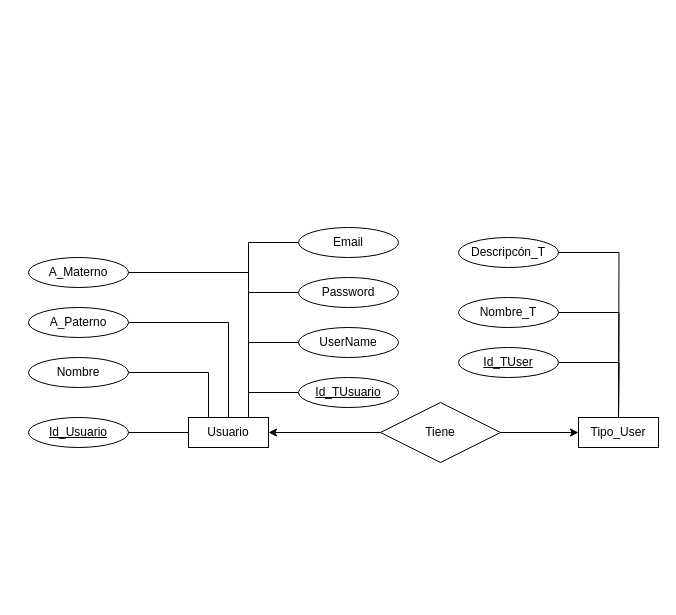
Before: NewProyectoBD.drawio in edpedraza-epl/ProyectoDB, a draw.io diagram. Source tidied: cells renumbered, new cells numbered last; positions are measured from the earlier drawing's top-left corner, leaving out a move shared by most shapes. Both pictures are drawn from the tidied source at 100%, with x=0, y=0 at pixel (28, 227).
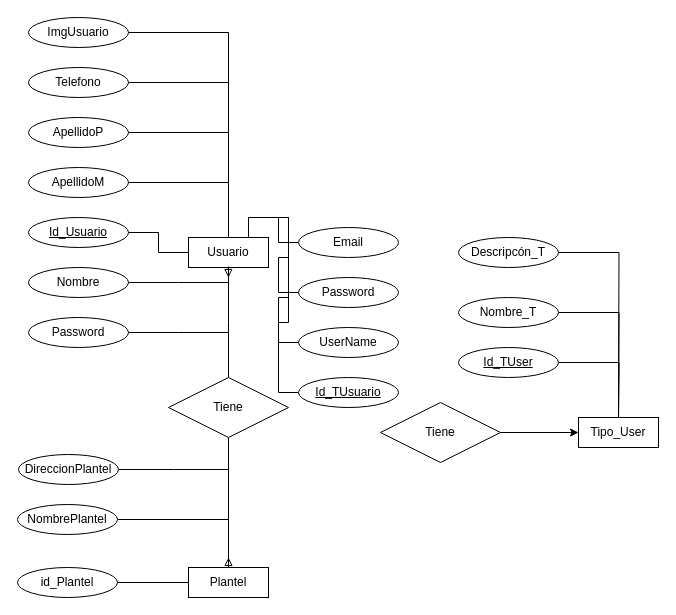
The same page after the edit.

Unchanged cells that the change refers to:
```xml
<mxCell id="28" value="Tiene" style="shape=rhombus;perimeter=rhombusPerimeter;whiteSpace=wrap;html=1;align=center;" parent="1" vertex="1">
  <mxGeometry x="352" y="175" width="120" height="60" as="geometry" />
</mxCell>
```

Change to the diagram source:
```diff
@@
     <mxCell id="2" value="Usuario" style="whiteSpace=wrap;html=1;align=center;" parent="1" vertex="1">
-      <mxGeometry x="160" y="190" width="80" height="30" as="geometry" />
+      <mxGeometry x="160" y="10" width="80" height="30" as="geometry" />
     </mxCell>
@@
     <mxCell id="4" value="Id_Usuario" style="ellipse;whiteSpace=wrap;html=1;align=center;fontStyle=4;" parent="1" vertex="1">
-      <mxGeometry y="190" width="100" height="30" as="geometry" />
+      <mxGeometry y="-10" width="100" height="30" as="geometry" />
     </mxCell>
-    <mxCell id="5" style="edgeStyle=orthogonalEdgeStyle;rounded=0;jettySize=auto;html=1;entryX=0.25;entryY=0;entryDx=0;entryDy=0;endArrow=none;startFill=0;" parent="1" edge="1" source="6" target="2">
-      <mxGeometry relative="1" as="geometry" />
-    </mxCell>
+    <mxCell id="29" style="edgeStyle=orthogonalEdgeStyle;rounded=0;jettySize=auto;html=1;endArrow=none;startFill=0;" parent="1" edge="1" source="6">
+      <mxGeometry relative="1" as="geometry">
+        <mxPoint x="200" y="55" as="targetPoint" />
+      </mxGeometry>
+    </mxCell>
     <mxCell id="6" value="Nombre" style="ellipse;whiteSpace=wrap;html=1;align=center;" parent="1" vertex="1">
-      <mxGeometry y="130" width="100" height="30" as="geometry" />
+      <mxGeometry y="40" width="100" height="30" as="geometry" />
     </mxCell>
-    <mxCell id="7" style="edgeStyle=orthogonalEdgeStyle;rounded=0;jettySize=auto;html=1;entryX=0.75;entryY=0;entryDx=0;entryDy=0;endArrow=none;startFill=0;" parent="1" edge="1" source="8" target="2">
+    <mxCell id="7" style="edgeStyle=orthogonalEdgeStyle;rounded=0;jettySize=auto;html=1;entryX=0.5;entryY=0;entryDx=0;entryDy=0;endArrow=none;startFill=0;" parent="1" edge="1" source="8" target="2">
       <mxGeometry relative="1" as="geometry" />
     </mxCell>
-    <mxCell id="8" value="A_Materno" style="ellipse;whiteSpace=wrap;html=1;align=center;" parent="1" vertex="1">
-      <mxGeometry y="30" width="100" height="30" as="geometry" />
+    <mxCell id="8" value="ApellidoM" style="ellipse;whiteSpace=wrap;html=1;align=center;" parent="1" vertex="1">
+      <mxGeometry y="-60" width="100" height="30" as="geometry" />
     </mxCell>
@@
-    <mxCell id="10" value="A_Paterno" style="ellipse;whiteSpace=wrap;html=1;align=center;" parent="1" vertex="1">
-      <mxGeometry y="80" width="100" height="30" as="geometry" />
+    <mxCell id="10" value="ApellidoP" style="ellipse;whiteSpace=wrap;html=1;align=center;" parent="1" vertex="1">
+      <mxGeometry y="-110" width="100" height="30" as="geometry" />
     </mxCell>
@@
-    <mxCell id="26" style="edgeStyle=orthogonalEdgeStyle;rounded=0;jettySize=auto;html=1;" parent="1" edge="1" source="28" target="2">
-      <mxGeometry relative="1" as="geometry" />
-    </mxCell>
@@
+    <mxCell id="30" style="edgeStyle=orthogonalEdgeStyle;rounded=0;jettySize=auto;html=1;entryX=0.5;entryY=0;entryDx=0;entryDy=0;startArrow=none;startFill=0;endArrow=none;" parent="1" edge="1" source="31" target="2">
+      <mxGeometry relative="1" as="geometry" />
+    </mxCell>
+    <mxCell id="31" value="ImgUsuario" style="ellipse;whiteSpace=wrap;html=1;align=center;" parent="1" vertex="1">
+      <mxGeometry y="-210" width="100" height="30" as="geometry" />
+    </mxCell>
+    <mxCell id="32" style="edgeStyle=orthogonalEdgeStyle;rounded=0;jettySize=auto;html=1;endArrow=none;startFill=0;" parent="1" edge="1" source="33" target="2">
+      <mxGeometry relative="1" as="geometry" />
+    </mxCell>
+    <mxCell id="33" value="Telefono" style="ellipse;whiteSpace=wrap;html=1;align=center;" parent="1" vertex="1">
+      <mxGeometry y="-160" width="100" height="30" as="geometry" />
+    </mxCell>
+    <mxCell id="34" style="edgeStyle=orthogonalEdgeStyle;rounded=0;jettySize=auto;html=1;endArrow=none;startFill=0;" parent="1" edge="1" source="35">
+      <mxGeometry relative="1" as="geometry">
+        <mxPoint x="200" y="105" as="targetPoint" />
+      </mxGeometry>
+    </mxCell>
+    <mxCell id="35" value="Password" style="ellipse;whiteSpace=wrap;html=1;align=center;" parent="1" vertex="1">
+      <mxGeometry y="90" width="100" height="30" as="geometry" />
+    </mxCell>
+    <mxCell id="36" style="edgeStyle=orthogonalEdgeStyle;rounded=0;orthogonalLoop=1;jettySize=auto;html=1;endArrow=block;endFill=0;startFill=0;" parent="1" edge="1">
+      <mxGeometry relative="1" as="geometry">
+        <mxPoint x="199.8" y="40" as="sourcePoint" />
+        <mxPoint x="200" y="50" as="targetPoint" />
+      </mxGeometry>
+    </mxCell>
+    <mxCell id="37" style="edgeStyle=orthogonalEdgeStyle;rounded=0;jettySize=auto;html=1;entryX=0.5;entryY=0;entryDx=0;entryDy=0;endArrow=none;startFill=0;" parent="1" edge="1" source="39" target="41">
+      <mxGeometry relative="1" as="geometry" />
+    </mxCell>
+    <mxCell id="38" style="edgeStyle=orthogonalEdgeStyle;rounded=0;jettySize=auto;html=1;endArrow=none;startFill=0;" parent="1" edge="1" source="39">
+      <mxGeometry relative="1" as="geometry">
+        <mxPoint x="200" y="39.1" as="targetPoint" />
+      </mxGeometry>
+    </mxCell>
+    <mxCell id="39" value="Tiene" style="shape=rhombus;perimeter=rhombusPerimeter;whiteSpace=wrap;html=1;align=center;" parent="1" vertex="1">
+      <mxGeometry x="140" y="150" width="120" height="60" as="geometry" />
+    </mxCell>
+    <mxCell id="40" style="edgeStyle=orthogonalEdgeStyle;rounded=0;orthogonalLoop=1;jettySize=auto;html=1;endArrow=block;endFill=0;" parent="1" edge="1">
+      <mxGeometry relative="1" as="geometry">
+        <mxPoint x="200" y="340" as="sourcePoint" />
+        <mxPoint x="200" y="330" as="targetPoint" />
+      </mxGeometry>
+    </mxCell>
+    <mxCell id="41" value="Plantel" style="whiteSpace=wrap;html=1;align=center;" parent="1" vertex="1">
+      <mxGeometry x="160" y="340" width="80" height="30" as="geometry" />
+    </mxCell>
+    <mxCell id="42" style="edgeStyle=orthogonalEdgeStyle;rounded=0;jettySize=auto;html=1;endArrow=none;startFill=0;" parent="1" edge="1" source="43">
+      <mxGeometry relative="1" as="geometry">
+        <mxPoint x="200" y="242" as="targetPoint" />
+      </mxGeometry>
+    </mxCell>
+    <mxCell id="43" value="DireccionPlantel" style="ellipse;whiteSpace=wrap;html=1;align=center;" parent="1" vertex="1">
+      <mxGeometry x="-10" y="227" width="100" height="30" as="geometry" />
+    </mxCell>
+    <mxCell id="44" style="edgeStyle=orthogonalEdgeStyle;rounded=0;jettySize=auto;html=1;endArrow=none;startFill=0;" parent="1" edge="1" source="45">
+      <mxGeometry relative="1" as="geometry">
+        <mxPoint x="200" y="292" as="targetPoint" />
+      </mxGeometry>
+    </mxCell>
+    <mxCell id="45" value="NombrePlantel" style="ellipse;whiteSpace=wrap;html=1;align=center;" parent="1" vertex="1">
+      <mxGeometry x="-11" y="277" width="100" height="30" as="geometry" />
+    </mxCell>
+    <mxCell id="46" style="edgeStyle=orthogonalEdgeStyle;rounded=0;jettySize=auto;html=1;entryX=0;entryY=0.5;entryDx=0;entryDy=0;endArrow=none;startFill=0;" parent="1" edge="1" source="47" target="41">
+      <mxGeometry relative="1" as="geometry" />
+    </mxCell>
+    <mxCell id="47" value="id_Plantel" style="ellipse;whiteSpace=wrap;html=1;align=center;" parent="1" vertex="1">
+      <mxGeometry x="-11" y="340" width="100" height="30" as="geometry" />
+    </mxCell>
```
